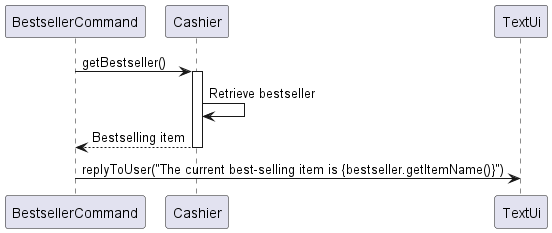
Earlier version of the PlantUML export docs/Diagrams/Images/Cashier/BestsellerCommand_SequenceDiagram.png (LowTL/tp). Source of this version:
```plantuml
@startuml
participant BestsellerCommand
participant Cashier
participant TextUi

BestsellerCommand -> Cashier: getBestseller()
activate Cashier
Cashier -> Cashier: Retrieve bestseller
Cashier --> BestsellerCommand: Bestselling item
deactivate Cashier
BestsellerCommand -> TextUi: replyToUser("The current best-selling item is {bestseller.getItemName()}")

@enduml
```
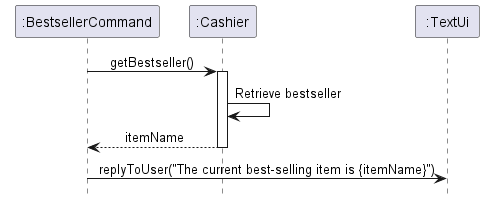
After the change.

Change to the diagram source:
```diff
@@ -1,13 +1,15 @@
 @startuml
-participant BestsellerCommand
-participant Cashier
-participant TextUi
+!include ../Style.puml
+
+participant ":BestsellerCommand" as BestsellerCommand
+participant ":Cashier" as Cashier
+participant ":TextUi" as TextUi
 
 BestsellerCommand -> Cashier: getBestseller()
 activate Cashier
 Cashier -> Cashier: Retrieve bestseller
-Cashier --> BestsellerCommand: Bestselling item
+Cashier --> BestsellerCommand: itemName
 deactivate Cashier
-BestsellerCommand -> TextUi: replyToUser("The current best-selling item is {bestseller.getItemName()}")
+BestsellerCommand -> TextUi: replyToUser("The current best-selling item is {itemName}")
 
 @enduml
```
